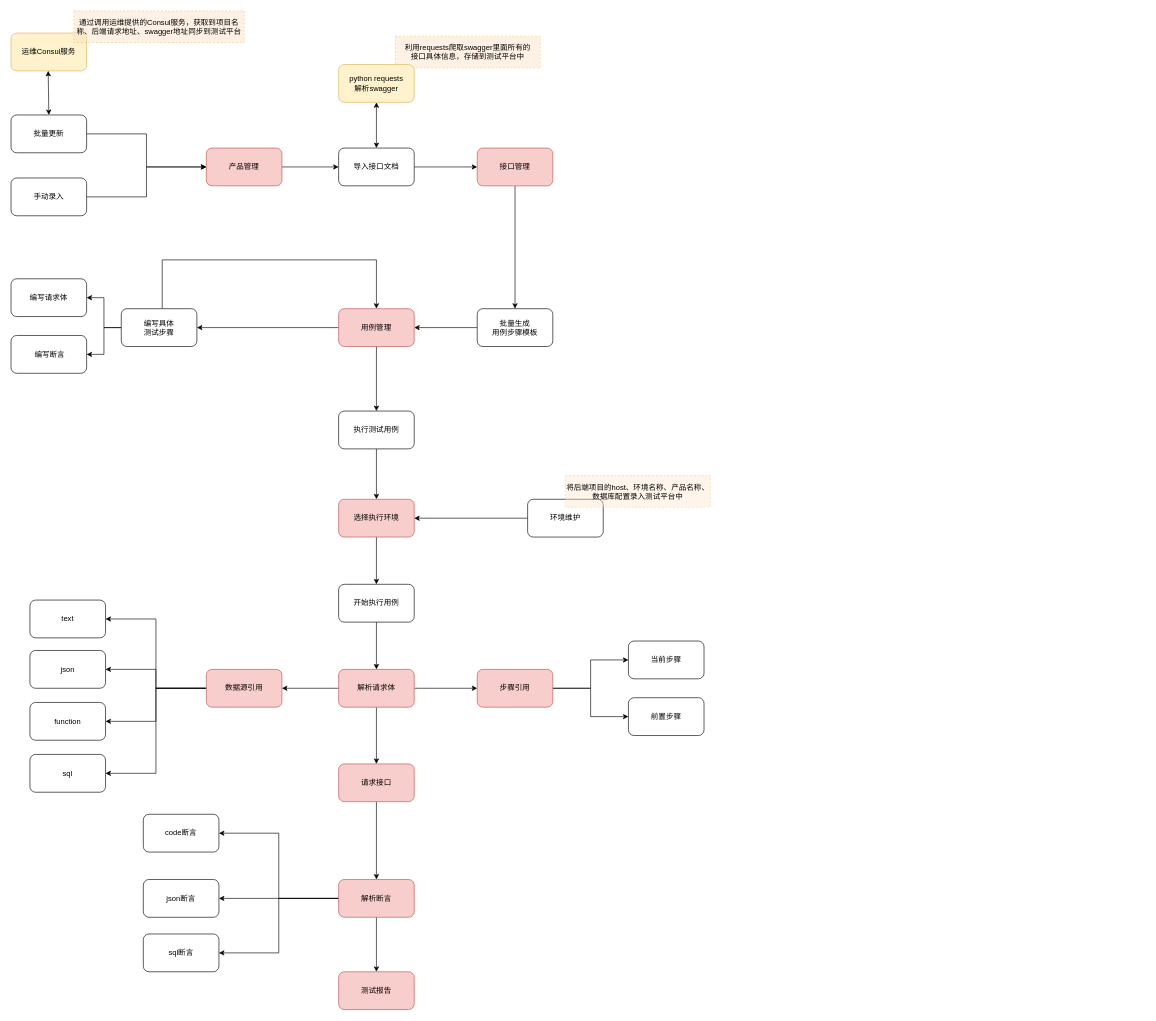
The draw.io diagram 测试平台-接口分析.drawio in luanyuqiang/hello-world, before the edit. Source tidied: cells renumbered, new cells numbered last; positions are measured from the earlier drawing's top-left corner, leaving out a move shared by most shapes. Both pictures are drawn from the tidied source at 63%, with x=0, y=0 at pixel (11, 11).
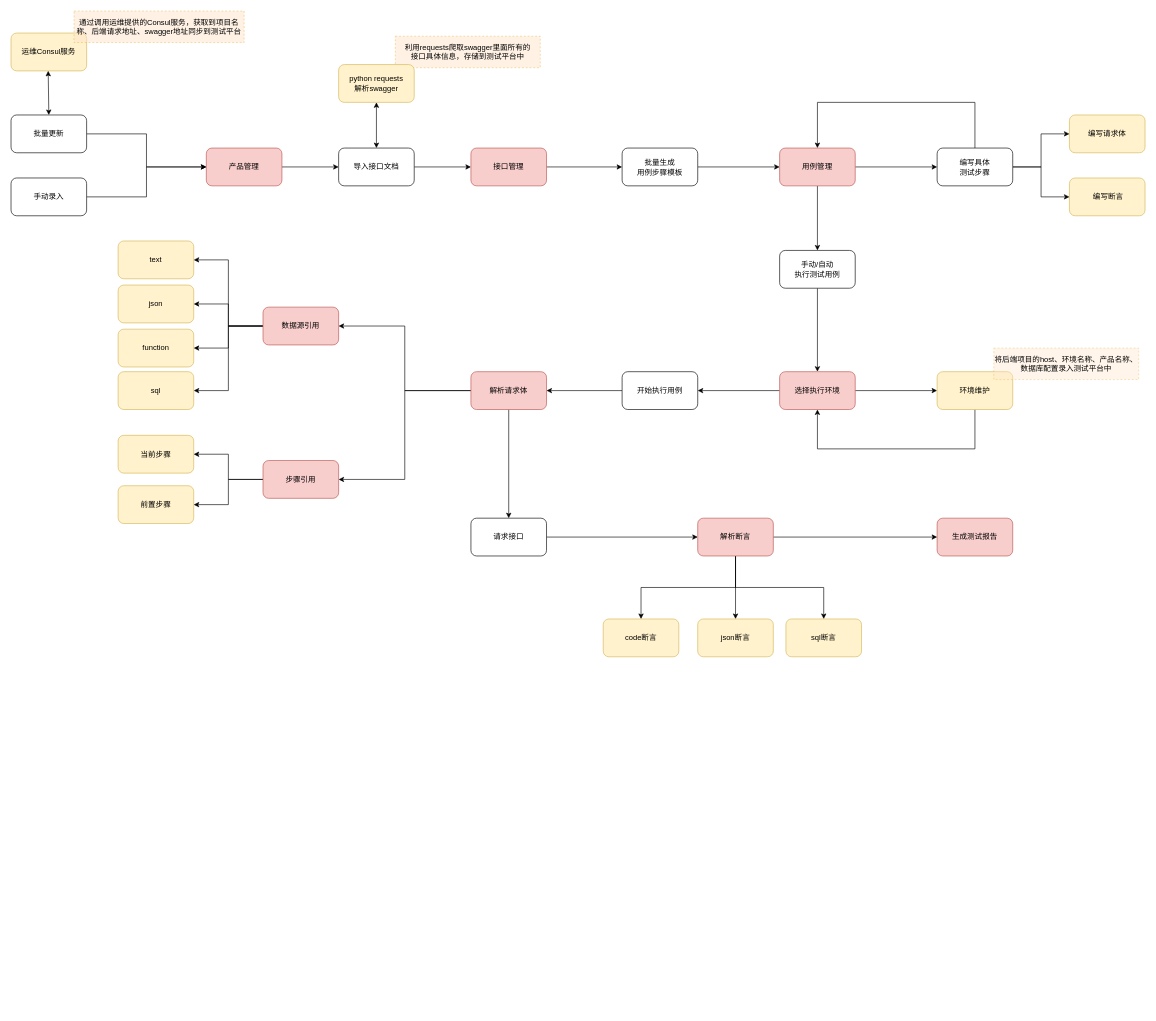
The same page after the edit.

Commit message (it also covers changes not shown here):
更新测试平台-接口分析.drawio

The edit, as a diff of the source:
```diff
@@
-    <mxCell id="2" value="测试报告" style="rounded=1;whiteSpace=wrap;html=1;fillColor=#f8cecc;strokeColor=#b85450;" parent="1" vertex="1">
-      <mxGeometry x="520" y="1525" width="120" height="60" as="geometry" />
+    <mxCell id="2" value="生成测试报告" style="rounded=1;whiteSpace=wrap;html=1;fillColor=#f8cecc;strokeColor=#b85450;" parent="1" vertex="1">
+      <mxGeometry x="1470" y="805" width="120" height="60" as="geometry" />
     </mxCell>
@@
     <mxCell id="14" value="接口管理" style="rounded=1;whiteSpace=wrap;html=1;fillColor=#f8cecc;strokeColor=#b85450;" parent="1" vertex="1">
-      <mxGeometry x="740" y="217.5" width="120" height="60" as="geometry" />
+      <mxGeometry x="730" y="217.5" width="120" height="60" as="geometry" />
     </mxCell>
@@
-    <mxCell id="19" style="edgeStyle=orthogonalEdgeStyle;rounded=0;jettySize=auto;html=1;entryX=1;entryY=0.5;entryDx=0;entryDy=0;" parent="1" edge="1" source="20" target="23">
+    <mxCell id="19" style="edgeStyle=orthogonalEdgeStyle;rounded=0;jettySize=auto;html=1;entryX=0;entryY=0.5;entryDx=0;entryDy=0;" parent="1" edge="1" source="20" target="23">
       <mxGeometry relative="1" as="geometry" />
     </mxCell>
     <mxCell id="20" value="批量生成&lt;br&gt;用例步骤模板" style="rounded=1;whiteSpace=wrap;html=1;" parent="1" vertex="1">
-      <mxGeometry x="740" y="472.5" width="120" height="60" as="geometry" />
+      <mxGeometry x="970" y="217.5" width="120" height="60" as="geometry" />
     </mxCell>
-    <mxCell id="21" style="edgeStyle=orthogonalEdgeStyle;rounded=0;jettySize=auto;html=1;entryX=1;entryY=0.5;entryDx=0;entryDy=0;" parent="1" edge="1" source="23" target="27">
+    <mxCell id="21" style="edgeStyle=orthogonalEdgeStyle;rounded=0;jettySize=auto;html=1;entryX=0;entryY=0.5;entryDx=0;entryDy=0;" parent="1" edge="1" source="23" target="27">
       <mxGeometry relative="1" as="geometry" />
     </mxCell>
-    <mxCell id="22" style="edgeStyle=orthogonalEdgeStyle;rounded=0;jettySize=auto;html=1;exitX=0.5;exitY=1;exitDx=0;exitDy=0;" parent="1" edge="1" source="23" target="41">
+    <mxCell id="22" style="edgeStyle=orthogonalEdgeStyle;rounded=0;jettySize=auto;html=1;entryX=0.5;entryY=0;entryDx=0;entryDy=0;" parent="1" edge="1" source="23" target="41">
       <mxGeometry relative="1" as="geometry" />
     </mxCell>
     <mxCell id="23" value="用例管理" style="rounded=1;whiteSpace=wrap;html=1;fillColor=#f8cecc;strokeColor=#b85450;" parent="1" vertex="1">
-      <mxGeometry x="520" y="472.5" width="120" height="60" as="geometry" />
+      <mxGeometry x="1220" y="217.5" width="120" height="60" as="geometry" />
     </mxCell>
     <mxCell id="24" style="edgeStyle=orthogonalEdgeStyle;rounded=0;jettySize=auto;html=1;entryX=0.5;entryY=0;entryDx=0;entryDy=0;" parent="1" edge="1" source="27" target="23">
       <mxGeometry relative="1" as="geometry">
         <Array as="points">
-          <mxPoint x="240" y="395" />
-          <mxPoint x="580" y="395" />
+          <mxPoint x="1530" y="145" />
+          <mxPoint x="1280" y="145" />
         </Array>
       </mxGeometry>
     </mxCell>
-    <mxCell id="25" style="edgeStyle=orthogonalEdgeStyle;rounded=0;jettySize=auto;html=1;exitX=0;exitY=0.5;exitDx=0;exitDy=0;entryX=1;entryY=0.5;entryDx=0;entryDy=0;" parent="1" edge="1" source="27" target="65">
+    <mxCell id="25" style="edgeStyle=orthogonalEdgeStyle;rounded=0;jettySize=auto;html=1;entryX=0;entryY=0.5;entryDx=0;entryDy=0;" parent="1" edge="1" source="27" target="65">
       <mxGeometry relative="1" as="geometry" />
     </mxCell>
-    <mxCell id="26" style="edgeStyle=orthogonalEdgeStyle;rounded=0;jettySize=auto;html=1;entryX=1;entryY=0.5;entryDx=0;entryDy=0;" parent="1" edge="1" source="27" target="66">
+    <mxCell id="26" style="edgeStyle=orthogonalEdgeStyle;rounded=0;jettySize=auto;html=1;entryX=0;entryY=0.5;entryDx=0;entryDy=0;" parent="1" edge="1" source="27" target="66">
       <mxGeometry relative="1" as="geometry" />
     </mxCell>
     <mxCell id="27" value="编写具体&lt;br&gt;测试步骤" style="rounded=1;whiteSpace=wrap;html=1;" parent="1" vertex="1">
-      <mxGeometry x="175" y="472.5" width="120" height="60" as="geometry" />
+      <mxGeometry x="1470" y="217.5" width="120" height="60" as="geometry" />
     </mxCell>
-    <mxCell id="28" style="edgeStyle=orthogonalEdgeStyle;rounded=0;jettySize=auto;html=1;exitX=0.5;exitY=1;exitDx=0;exitDy=0;" parent="1" edge="1" source="29" target="56">
+    <mxCell id="28" style="edgeStyle=orthogonalEdgeStyle;rounded=0;jettySize=auto;html=1;entryX=1;entryY=0.5;entryDx=0;entryDy=0;" parent="1" edge="1" source="29" target="56">
       <mxGeometry relative="1" as="geometry" />
     </mxCell>
     <mxCell id="29" value="开始执行用例" style="rounded=1;whiteSpace=wrap;html=1;" parent="1" vertex="1">
-      <mxGeometry x="520" y="910" width="120" height="60" as="geometry" />
+      <mxGeometry x="970" y="572.5" width="120" height="60" as="geometry" />
     </mxCell>
-    <mxCell id="30" style="edgeStyle=orthogonalEdgeStyle;rounded=0;jettySize=auto;html=1;entryX=1;entryY=0.5;entryDx=0;entryDy=0;exitX=0;exitY=0.5;exitDx=0;exitDy=0;" parent="1" edge="1" source="58" target="43">
-      <mxGeometry relative="1" as="geometry" />
-    </mxCell>
-    <mxCell id="31" style="edgeStyle=orthogonalEdgeStyle;rounded=0;jettySize=auto;html=1;entryX=1;entryY=0.5;entryDx=0;entryDy=0;exitX=0;exitY=0.5;exitDx=0;exitDy=0;" parent="1" edge="1" source="58" target="42">
-      <mxGeometry relative="1" as="geometry" />
-    </mxCell>
-    <mxCell id="32" style="edgeStyle=orthogonalEdgeStyle;rounded=0;jettySize=auto;html=1;entryX=1;entryY=0.5;entryDx=0;entryDy=0;exitX=0;exitY=0.5;exitDx=0;exitDy=0;" parent="1" edge="1" source="58" target="44">
-      <mxGeometry relative="1" as="geometry" />
-    </mxCell>
@@
     <mxCell id="37" value="数据源引用" style="rounded=1;whiteSpace=wrap;html=1;fillColor=#f8cecc;strokeColor=#b85450;" parent="1" vertex="1">
-      <mxGeometry x="310" y="1045" width="120" height="60" as="geometry" />
+      <mxGeometry x="400" y="470" width="120" height="60" as="geometry" />
     </mxCell>
-    <mxCell id="38" style="edgeStyle=orthogonalEdgeStyle;rounded=0;jettySize=auto;html=1;exitX=0.5;exitY=1;exitDx=0;exitDy=0;entryX=0.5;entryY=0;entryDx=0;entryDy=0;" parent="1" edge="1" source="39" target="58">
+    <mxCell id="38" style="edgeStyle=orthogonalEdgeStyle;rounded=0;jettySize=auto;html=1;entryX=0;entryY=0.5;entryDx=0;entryDy=0;" parent="1" edge="1" source="39" target="58">
       <mxGeometry relative="1" as="geometry" />
     </mxCell>
-    <mxCell id="39" value="请求接口" style="rounded=1;whiteSpace=wrap;html=1;fillColor=#f8cecc;strokeColor=#b85450;" parent="1" vertex="1">
-      <mxGeometry x="520" y="1195" width="120" height="60" as="geometry" />
+    <mxCell id="39" value="请求接口" style="rounded=1;whiteSpace=wrap;html=1;" parent="1" vertex="1">
+      <mxGeometry x="730" y="805" width="120" height="60" as="geometry" />
     </mxCell>
-    <mxCell id="40" style="edgeStyle=orthogonalEdgeStyle;rounded=0;jettySize=auto;html=1;" parent="1" edge="1" source="41">
-      <mxGeometry relative="1" as="geometry">
-        <mxPoint x="580" y="775" as="targetPoint" />
-      </mxGeometry>
-    </mxCell>
+    <mxCell id="67" style="edgeStyle=orthogonalEdgeStyle;rounded=0;jettySize=auto;html=1;" parent="1" edge="1" source="41" target="50">
+      <mxGeometry relative="1" as="geometry" />
+    </mxCell>
-    <mxCell id="41" value="执行测试用例" style="rounded=1;whiteSpace=wrap;html=1;" parent="1" vertex="1">
-      <mxGeometry x="520" y="635" width="120" height="60" as="geometry" />
+    <mxCell id="41" value="手动/自动&lt;br&gt;执行测试用例" style="rounded=1;whiteSpace=wrap;html=1;" parent="1" vertex="1">
+      <mxGeometry x="1220" y="380" width="120" height="60" as="geometry" />
     </mxCell>
-    <mxCell id="42" value="json断言" style="rounded=1;whiteSpace=wrap;html=1;" parent="1" vertex="1">
-      <mxGeometry x="210" y="1378.5" width="120" height="60" as="geometry" />
+    <mxCell id="42" value="json断言" style="rounded=1;whiteSpace=wrap;html=1;fillColor=#fff2cc;strokeColor=#d6b656;" parent="1" vertex="1">
+      <mxGeometry x="1090" y="965" width="120" height="60" as="geometry" />
     </mxCell>
-    <mxCell id="43" value="code断言" style="rounded=1;whiteSpace=wrap;html=1;" parent="1" vertex="1">
-      <mxGeometry x="210" y="1275" width="120" height="60" as="geometry" />
+    <mxCell id="43" value="code断言" style="rounded=1;whiteSpace=wrap;html=1;fillColor=#fff2cc;strokeColor=#d6b656;" parent="1" vertex="1">
+      <mxGeometry x="940" y="965" width="120" height="60" as="geometry" />
     </mxCell>
-    <mxCell id="44" value="sql断言" style="rounded=1;whiteSpace=wrap;html=1;" parent="1" vertex="1">
-      <mxGeometry x="210" y="1465" width="120" height="60" as="geometry" />
+    <mxCell id="44" value="sql断言" style="rounded=1;whiteSpace=wrap;html=1;fillColor=#fff2cc;strokeColor=#d6b656;" parent="1" vertex="1">
+      <mxGeometry x="1230" y="965" width="120" height="60" as="geometry" />
     </mxCell>
-    <mxCell id="45" value="text" style="rounded=1;whiteSpace=wrap;html=1;" parent="1" vertex="1">
-      <mxGeometry x="30" y="935" width="120" height="60" as="geometry" />
+    <mxCell id="45" value="text" style="rounded=1;whiteSpace=wrap;html=1;fillColor=#fff2cc;strokeColor=#d6b656;" parent="1" vertex="1">
+      <mxGeometry x="170" y="365" width="120" height="60" as="geometry" />
     </mxCell>
-    <mxCell id="46" value="json" style="rounded=1;whiteSpace=wrap;html=1;" parent="1" vertex="1">
-      <mxGeometry x="30" y="1015" width="120" height="60" as="geometry" />
+    <mxCell id="46" value="json" style="rounded=1;whiteSpace=wrap;html=1;fillColor=#fff2cc;strokeColor=#d6b656;" parent="1" vertex="1">
+      <mxGeometry x="170" y="435" width="120" height="60" as="geometry" />
     </mxCell>
-    <mxCell id="47" value="function" style="rounded=1;whiteSpace=wrap;html=1;" parent="1" vertex="1">
-      <mxGeometry x="30" y="1097.5" width="120" height="60" as="geometry" />
+    <mxCell id="47" value="function" style="rounded=1;whiteSpace=wrap;html=1;fillColor=#fff2cc;strokeColor=#d6b656;" parent="1" vertex="1">
+      <mxGeometry x="170" y="505" width="120" height="60" as="geometry" />
     </mxCell>
-    <mxCell id="48" value="sql" style="rounded=1;whiteSpace=wrap;html=1;" parent="1" vertex="1">
-      <mxGeometry x="30" y="1180" width="120" height="60" as="geometry" />
+    <mxCell id="48" value="sql" style="rounded=1;whiteSpace=wrap;html=1;fillColor=#fff2cc;strokeColor=#d6b656;" parent="1" vertex="1">
+      <mxGeometry x="170" y="572.5" width="120" height="60" as="geometry" />
     </mxCell>
+    <mxCell id="68" style="edgeStyle=orthogonalEdgeStyle;rounded=0;jettySize=auto;html=1;entryX=0;entryY=0.5;entryDx=0;entryDy=0;" parent="1" edge="1" source="50" target="52">
+      <mxGeometry relative="1" as="geometry" />
+    </mxCell>
-    <mxCell id="49" style="edgeStyle=orthogonalEdgeStyle;rounded=0;jettySize=auto;html=1;exitX=0.5;exitY=1;exitDx=0;exitDy=0;entryX=0.5;entryY=0;entryDx=0;entryDy=0;" parent="1" edge="1" source="50" target="29">
+    <mxCell id="49" style="edgeStyle=orthogonalEdgeStyle;rounded=0;jettySize=auto;html=1;entryX=1;entryY=0.5;entryDx=0;entryDy=0;" parent="1" edge="1" source="50" target="29">
       <mxGeometry relative="1" as="geometry" />
     </mxCell>
     <mxCell id="50" value="选择执行环境" style="rounded=1;whiteSpace=wrap;html=1;fillColor=#f8cecc;strokeColor=#b85450;" parent="1" vertex="1">
-      <mxGeometry x="520" y="775" width="120" height="60" as="geometry" />
+      <mxGeometry x="1220" y="572.5" width="120" height="60" as="geometry" />
     </mxCell>
-    <mxCell id="51" style="edgeStyle=orthogonalEdgeStyle;rounded=0;jettySize=auto;html=1;entryX=1;entryY=0.5;entryDx=0;entryDy=0;" parent="1" edge="1" source="52" target="50">
-      <mxGeometry relative="1" as="geometry" />
+    <mxCell id="51" style="edgeStyle=orthogonalEdgeStyle;rounded=0;jettySize=auto;html=1;entryX=0.5;entryY=1;entryDx=0;entryDy=0;" parent="1" edge="1" source="52" target="50">
+      <mxGeometry relative="1" as="geometry">
+        <Array as="points">
+          <mxPoint x="1530" y="695" />
+          <mxPoint x="1280" y="695" />
+        </Array>
+      </mxGeometry>
     </mxCell>
-    <mxCell id="52" value="环境维护" style="rounded=1;whiteSpace=wrap;html=1;" parent="1" vertex="1">
-      <mxGeometry x="820" y="775" width="120" height="60" as="geometry" />
+    <mxCell id="52" value="环境维护" style="rounded=1;whiteSpace=wrap;html=1;fillColor=#fff2cc;strokeColor=#d6b656;" parent="1" vertex="1">
+      <mxGeometry x="1470" y="572.5" width="120" height="60" as="geometry" />
     </mxCell>
-    <mxCell id="53" style="edgeStyle=orthogonalEdgeStyle;rounded=0;jettySize=auto;html=1;entryX=0.5;entryY=0;entryDx=0;entryDy=0;" parent="1" edge="1" source="56" target="39">
-      <mxGeometry relative="1" as="geometry" />
-    </mxCell>
@@
-    <mxCell id="55" style="edgeStyle=orthogonalEdgeStyle;rounded=0;jettySize=auto;html=1;exitX=1;exitY=0.5;exitDx=0;exitDy=0;entryX=0;entryY=0.5;entryDx=0;entryDy=0;" parent="1" edge="1" source="56" target="64">
+    <mxCell id="55" style="edgeStyle=orthogonalEdgeStyle;rounded=0;jettySize=auto;html=1;entryX=1;entryY=0.5;entryDx=0;entryDy=0;" parent="1" edge="1" source="56" target="64">
       <mxGeometry relative="1" as="geometry" />
     </mxCell>
+    <mxCell id="53" style="edgeStyle=orthogonalEdgeStyle;rounded=0;jettySize=auto;html=1;" parent="1" edge="1" source="56" target="39">
+      <mxGeometry relative="1" as="geometry" />
+    </mxCell>
     <mxCell id="56" value="解析请求体" style="rounded=1;whiteSpace=wrap;html=1;fillColor=#f8cecc;strokeColor=#b85450;" parent="1" vertex="1">
-      <mxGeometry x="520" y="1045" width="120" height="60" as="geometry" />
+      <mxGeometry x="730" y="572.5" width="120" height="60" as="geometry" />
     </mxCell>
-    <mxCell id="57" style="edgeStyle=orthogonalEdgeStyle;rounded=0;jettySize=auto;html=1;exitX=0.5;exitY=1;exitDx=0;exitDy=0;entryX=0.5;entryY=0;entryDx=0;entryDy=0;" parent="1" edge="1" source="58" target="2">
+    <mxCell id="57" style="edgeStyle=orthogonalEdgeStyle;rounded=0;jettySize=auto;html=1;entryX=0;entryY=0.5;entryDx=0;entryDy=0;" parent="1" edge="1" source="58" target="2">
       <mxGeometry relative="1" as="geometry" />
     </mxCell>
+    <mxCell id="31" style="edgeStyle=orthogonalEdgeStyle;rounded=0;jettySize=auto;html=1;" parent="1" edge="1" source="58" target="42">
+      <mxGeometry relative="1" as="geometry" />
+    </mxCell>
+    <mxCell id="30" style="edgeStyle=orthogonalEdgeStyle;rounded=0;jettySize=auto;html=1;" parent="1" edge="1" source="58" target="43">
+      <mxGeometry relative="1" as="geometry">
+        <Array as="points">
+          <mxPoint x="1150" y="915" />
+          <mxPoint x="1000" y="915" />
+        </Array>
+      </mxGeometry>
+    </mxCell>
+    <mxCell id="32" style="edgeStyle=orthogonalEdgeStyle;rounded=0;jettySize=auto;html=1;entryX=0.5;entryY=0;entryDx=0;entryDy=0;" parent="1" edge="1" source="58" target="44">
+      <mxGeometry relative="1" as="geometry">
+        <Array as="points">
+          <mxPoint x="1150" y="915" />
+          <mxPoint x="1290" y="915" />
+        </Array>
+      </mxGeometry>
+    </mxCell>
     <mxCell id="58" value="解析断言" style="rounded=1;whiteSpace=wrap;html=1;fillColor=#f8cecc;strokeColor=#b85450;" parent="1" vertex="1">
-      <mxGeometry x="520" y="1378.5" width="120" height="60" as="geometry" />
+      <mxGeometry x="1090" y="805" width="120" height="60" as="geometry" />
     </mxCell>
     <mxCell id="59" value="将后端项目的host、环境名称、产品名称、数据库配置录入测试平台中" style="text;html=1;strokeColor=#d79b00;fillColor=#ffe6cc;align=center;verticalAlign=middle;whiteSpace=wrap;rounded=0;dashed=1;opacity=40;" parent="1" vertex="1">
-      <mxGeometry x="880" y="737.5" width="230" height="50" as="geometry" />
+      <mxGeometry x="1560" y="535" width="230" height="50" as="geometry" />
     </mxCell>
-    <mxCell id="60" value="当前步骤" style="rounded=1;whiteSpace=wrap;html=1;" parent="1" vertex="1">
-      <mxGeometry x="980" y="1000" width="120" height="60" as="geometry" />
+    <mxCell id="60" value="当前步骤" style="rounded=1;whiteSpace=wrap;html=1;fillColor=#fff2cc;strokeColor=#d6b656;" parent="1" vertex="1">
+      <mxGeometry x="170" y="673.5" width="120" height="60" as="geometry" />
     </mxCell>
-    <mxCell id="61" value="前置步骤" style="rounded=1;whiteSpace=wrap;html=1;" parent="1" vertex="1">
-      <mxGeometry x="980" y="1090" width="120" height="60" as="geometry" />
+    <mxCell id="61" value="前置步骤" style="rounded=1;whiteSpace=wrap;html=1;fillColor=#fff2cc;strokeColor=#d6b656;" parent="1" vertex="1">
+      <mxGeometry x="170" y="753.5" width="120" height="60" as="geometry" />
     </mxCell>
-    <mxCell id="62" style="edgeStyle=orthogonalEdgeStyle;rounded=0;jettySize=auto;html=1;entryX=0;entryY=0.5;entryDx=0;entryDy=0;" parent="1" edge="1" source="64" target="60">
+    <mxCell id="62" style="edgeStyle=orthogonalEdgeStyle;rounded=0;jettySize=auto;html=1;entryX=1;entryY=0.5;entryDx=0;entryDy=0;" parent="1" edge="1" source="64" target="60">
       <mxGeometry relative="1" as="geometry" />
     </mxCell>
-    <mxCell id="63" style="edgeStyle=orthogonalEdgeStyle;rounded=0;jettySize=auto;html=1;entryX=0;entryY=0.5;entryDx=0;entryDy=0;" parent="1" edge="1" source="64" target="61">
+    <mxCell id="63" style="edgeStyle=orthogonalEdgeStyle;rounded=0;jettySize=auto;html=1;entryX=1;entryY=0.5;entryDx=0;entryDy=0;" parent="1" edge="1" source="64" target="61">
       <mxGeometry relative="1" as="geometry" />
     </mxCell>
     <mxCell id="64" value="步骤引用" style="rounded=1;whiteSpace=wrap;html=1;fillColor=#f8cecc;strokeColor=#b85450;" parent="1" vertex="1">
-      <mxGeometry x="740" y="1045" width="120" height="60" as="geometry" />
+      <mxGeometry x="400" y="713.5" width="120" height="60" as="geometry" />
     </mxCell>
-    <mxCell id="65" value="编写请求体" style="rounded=1;whiteSpace=wrap;html=1;" parent="1" vertex="1">
-      <mxGeometry y="425" width="120" height="60" as="geometry" />
+    <mxCell id="65" value="编写请求体" style="rounded=1;whiteSpace=wrap;html=1;fillColor=#fff2cc;strokeColor=#d6b656;" parent="1" vertex="1">
+      <mxGeometry x="1680" y="165" width="120" height="60" as="geometry" />
     </mxCell>
-    <mxCell id="66" value="&amp;nbsp;编写断言" style="rounded=1;whiteSpace=wrap;html=1;" parent="1" vertex="1">
-      <mxGeometry y="515" width="120" height="60" as="geometry" />
+    <mxCell id="66" value="&amp;nbsp;编写断言" style="rounded=1;whiteSpace=wrap;html=1;fillColor=#fff2cc;strokeColor=#d6b656;" parent="1" vertex="1">
+      <mxGeometry x="1680" y="265" width="120" height="60" as="geometry" />
     </mxCell>
```
